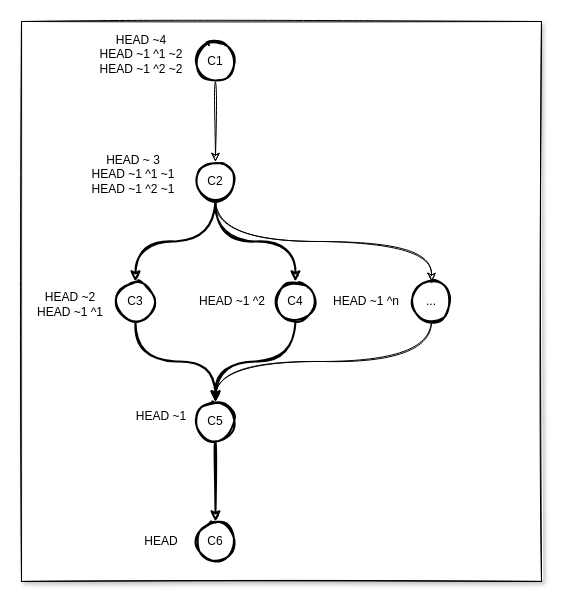
Above: Assets/uml/git-selectors.drawio in braboj/tutorial-git (draw.io), before the change. Source tidied: cells renumbered, new cells numbered last; positions are measured from the earlier drawing's top-left corner, leaving out a move shared by most shapes. Both pictures are drawn from the tidied source at 100%, with x=0, y=0 at pixel (21, 21).
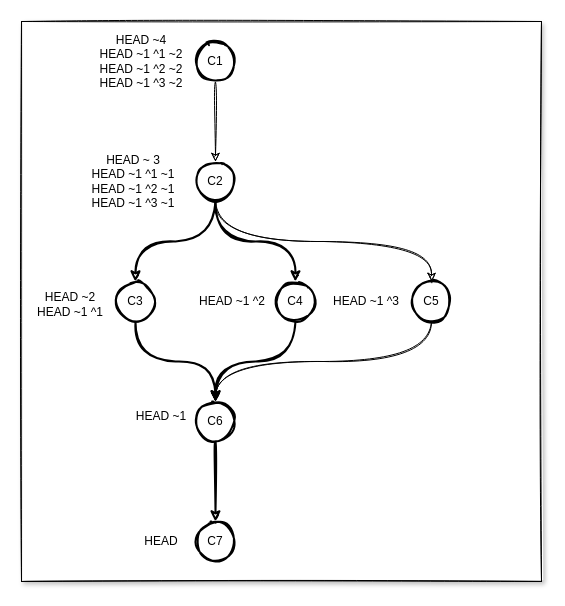
The same diagram, later.

Diff of the diagram source:
```diff
@@
-    <mxCell id="13" value="C5" style="ellipse;whiteSpace=wrap;html=1;strokeWidth=2;sketch=1;" parent="1" vertex="1">
+    <mxCell id="13" value="C6" style="ellipse;whiteSpace=wrap;html=1;strokeWidth=2;sketch=1;" parent="1" vertex="1">
       <mxGeometry x="174" y="380" width="40" height="40" as="geometry" />
     </mxCell>
-    <mxCell id="14" value="C6" style="ellipse;whiteSpace=wrap;html=1;strokeWidth=2;sketch=1;" parent="1" vertex="1">
+    <mxCell id="14" value="C7" style="ellipse;whiteSpace=wrap;html=1;strokeWidth=2;sketch=1;" parent="1" vertex="1">
       <mxGeometry x="174" y="500" width="40" height="40" as="geometry" />
     </mxCell>
@@
-    <mxCell id="20" value="HEAD ~ 3&lt;br&gt;HEAD ~1 ^1 ~1&lt;br&gt;HEAD ~1 ^2 ~1" style="text;html=1;strokeColor=none;fillColor=none;align=center;verticalAlign=middle;whiteSpace=wrap;sketch=1;" parent="1" vertex="1">
-      <mxGeometry x="60" y="130" width="104" height="45" as="geometry" />
+    <mxCell id="20" value="HEAD ~ 3&lt;br&gt;HEAD ~1 ^1 ~1&lt;br&gt;HEAD ~1 ^2 ~1&lt;br&gt;HEAD ~1 ^3 ~1" style="text;html=1;strokeColor=none;fillColor=none;align=center;verticalAlign=middle;whiteSpace=wrap;sketch=1;" parent="1" vertex="1">
+      <mxGeometry x="60" y="130" width="104" height="60" as="geometry" />
     </mxCell>
-    <mxCell id="21" value="HEAD ~4&lt;br&gt;HEAD ~1 ^1 ~2&lt;br&gt;HEAD ~1 ^2 ~2" style="text;html=1;strokeColor=none;fillColor=none;align=center;verticalAlign=middle;whiteSpace=wrap;sketch=1;" parent="1" vertex="1">
-      <mxGeometry x="70" y="10" width="100" height="45" as="geometry" />
+    <mxCell id="21" value="HEAD ~4&lt;br&gt;HEAD ~1 ^1 ~2&lt;br&gt;HEAD ~1 ^2 ~2&lt;br&gt;HEAD ~1 ^3 ~2" style="text;html=1;strokeColor=none;fillColor=none;align=center;verticalAlign=middle;whiteSpace=wrap;sketch=1;" parent="1" vertex="1">
+      <mxGeometry x="70" y="10" width="100" height="60" as="geometry" />
     </mxCell>
@@
-    <mxCell id="23" value="..." style="ellipse;whiteSpace=wrap;html=1;strokeWidth=2;sketch=1;" parent="1" vertex="1">
+    <mxCell id="23" value="C5" style="ellipse;whiteSpace=wrap;html=1;strokeWidth=2;sketch=1;" parent="1" vertex="1">
       <mxGeometry x="390" y="260" width="40" height="40" as="geometry" />
     </mxCell>
-    <mxCell id="24" value="HEAD ~1 ^n" style="text;html=1;strokeColor=none;fillColor=none;align=center;verticalAlign=middle;whiteSpace=wrap;sketch=1;" parent="1" vertex="1">
+    <mxCell id="24" value="HEAD ~1 ^3" style="text;html=1;strokeColor=none;fillColor=none;align=center;verticalAlign=middle;whiteSpace=wrap;sketch=1;" parent="1" vertex="1">
       <mxGeometry x="310" y="265" width="70" height="30" as="geometry" />
     </mxCell>
```
